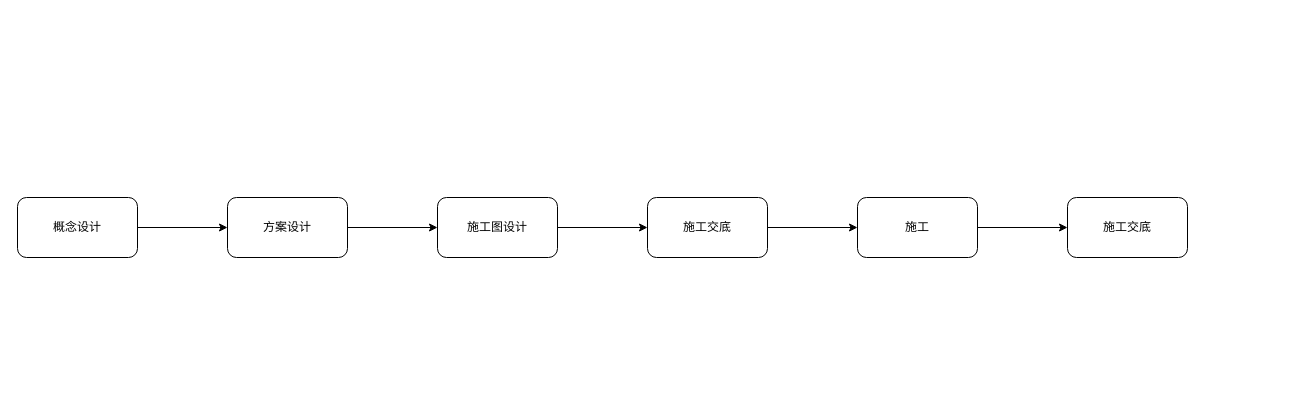
Earlier version of the draw.io diagram 一合建筑信息服务介绍.drawio (gaochaowyq/MinderGraph). Source tidied: cells renumbered, new cells numbered last; positions are measured from the earlier drawing's top-left corner, leaving out a move shared by most shapes. Both pictures are drawn from the tidied source at 100%, with x=0, y=0 at pixel (17, 197).
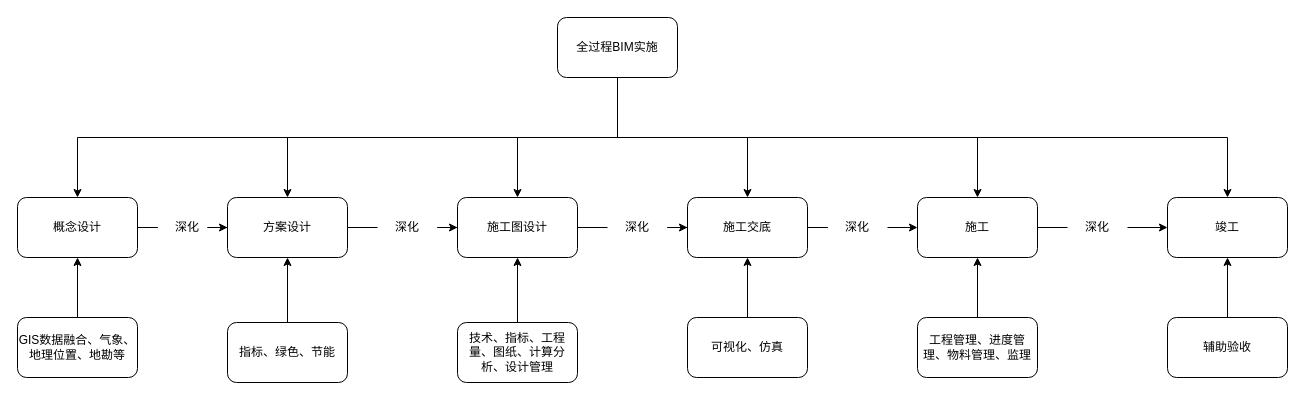
The same page after the edit.

Commit message (it also covers changes not shown here):
Update 一合建筑信息服务介绍.drawio

The change refers to these unchanged cells:
```xml
<mxCell id="3" value="概念设计" style="rounded=1;whiteSpace=wrap;html=1;" parent="1" vertex="1">
  <mxGeometry width="120" height="60" as="geometry" />
</mxCell>
<mxCell id="5" value="方案设计" style="rounded=1;whiteSpace=wrap;html=1;" parent="1" vertex="1">
  <mxGeometry x="210" width="120" height="60" as="geometry" />
</mxCell>
```

Diff of the diagram source:
```diff
@@
-    <mxCell id="2" style="edgeStyle=orthogonalEdgeStyle;rounded=0;jettySize=auto;html=1;" parent="1" edge="1" source="3" target="5">
+    <mxCell id="2" style="edgeStyle=orthogonalEdgeStyle;rounded=0;jettySize=auto;html=1;startArrow=none;" parent="1" edge="1" source="32" target="5">
       <mxGeometry relative="1" as="geometry" />
     </mxCell>
@@
-    <mxCell id="4" style="edgeStyle=orthogonalEdgeStyle;rounded=0;jettySize=auto;html=1;" parent="1" edge="1" source="5" target="7">
+    <mxCell id="4" style="edgeStyle=orthogonalEdgeStyle;rounded=0;jettySize=auto;html=1;startArrow=none;exitX=1;exitY=0.5;exitDx=0;exitDy=0;" parent="1" edge="1" source="39" target="7">
       <mxGeometry relative="1" as="geometry" />
     </mxCell>
@@
-    <mxCell id="6" style="edgeStyle=orthogonalEdgeStyle;rounded=0;jettySize=auto;html=1;" parent="1" edge="1" source="7" target="9">
+    <mxCell id="6" style="edgeStyle=orthogonalEdgeStyle;rounded=0;jettySize=auto;html=1;startArrow=none;" parent="1" edge="1" source="35" target="9">
       <mxGeometry relative="1" as="geometry" />
     </mxCell>
     <mxCell id="7" value="施工图设计" style="rounded=1;whiteSpace=wrap;html=1;" parent="1" vertex="1">
-      <mxGeometry x="420" width="120" height="60" as="geometry" />
+      <mxGeometry x="440" width="120" height="60" as="geometry" />
     </mxCell>
-    <mxCell id="8" style="edgeStyle=orthogonalEdgeStyle;rounded=0;jettySize=auto;html=1;" parent="1" edge="1" source="9" target="11">
+    <mxCell id="8" style="edgeStyle=orthogonalEdgeStyle;rounded=0;jettySize=auto;html=1;startArrow=none;" parent="1" edge="1" source="37" target="11">
       <mxGeometry relative="1" as="geometry" />
     </mxCell>
     <mxCell id="9" value="施工交底" style="rounded=1;whiteSpace=wrap;html=1;" parent="1" vertex="1">
-      <mxGeometry x="630" width="120" height="60" as="geometry" />
+      <mxGeometry x="670" width="120" height="60" as="geometry" />
     </mxCell>
-    <mxCell id="10" style="edgeStyle=orthogonalEdgeStyle;rounded=0;jettySize=auto;html=1;" parent="1" edge="1" source="11" target="12">
+    <mxCell id="10" style="edgeStyle=orthogonalEdgeStyle;rounded=0;jettySize=auto;html=1;startArrow=none;" parent="1" edge="1" source="40" target="12">
       <mxGeometry relative="1" as="geometry" />
     </mxCell>
     <mxCell id="11" value="施工" style="rounded=1;whiteSpace=wrap;html=1;" parent="1" vertex="1">
-      <mxGeometry x="840" width="120" height="60" as="geometry" />
+      <mxGeometry x="900" width="120" height="60" as="geometry" />
     </mxCell>
-    <mxCell id="12" value="施工交底" style="rounded=1;whiteSpace=wrap;html=1;" parent="1" vertex="1">
-      <mxGeometry x="1050" width="120" height="60" as="geometry" />
+    <mxCell id="12" value="竣工" style="rounded=1;whiteSpace=wrap;html=1;" parent="1" vertex="1">
+      <mxGeometry x="1150" width="120" height="60" as="geometry" />
     </mxCell>
+    <mxCell id="13" style="edgeStyle=orthogonalEdgeStyle;rounded=0;jettySize=auto;html=1;" parent="1" edge="1" source="14" target="3">
+      <mxGeometry relative="1" as="geometry" />
+    </mxCell>
+    <mxCell id="14" value="GIS数据融合、气象、地理位置、地勘等" style="rounded=1;whiteSpace=wrap;html=1;" parent="1" vertex="1">
+      <mxGeometry y="120" width="120" height="60" as="geometry" />
+    </mxCell>
+    <mxCell id="15" style="edgeStyle=orthogonalEdgeStyle;rounded=0;jettySize=auto;html=1;" parent="1" edge="1" source="16" target="5">
+      <mxGeometry relative="1" as="geometry" />
+    </mxCell>
+    <mxCell id="16" value="指标、绿色、节能" style="rounded=1;whiteSpace=wrap;html=1;" parent="1" vertex="1">
+      <mxGeometry x="210" y="125" width="120" height="60" as="geometry" />
+    </mxCell>
+    <mxCell id="17" style="edgeStyle=orthogonalEdgeStyle;rounded=0;jettySize=auto;html=1;" parent="1" edge="1" source="18" target="7">
+      <mxGeometry relative="1" as="geometry" />
+    </mxCell>
+    <mxCell id="18" value="技术、指标、工程量、图纸、计算分析、设计管理" style="rounded=1;whiteSpace=wrap;html=1;" parent="1" vertex="1">
+      <mxGeometry x="440" y="125" width="120" height="60" as="geometry" />
+    </mxCell>
+    <mxCell id="19" style="edgeStyle=orthogonalEdgeStyle;rounded=0;jettySize=auto;html=1;" parent="1" edge="1" source="20" target="9">
+      <mxGeometry relative="1" as="geometry" />
+    </mxCell>
+    <mxCell id="20" value="可视化、仿真" style="rounded=1;whiteSpace=wrap;html=1;" parent="1" vertex="1">
+      <mxGeometry x="670" y="120" width="120" height="60" as="geometry" />
+    </mxCell>
+    <mxCell id="21" style="edgeStyle=orthogonalEdgeStyle;rounded=0;jettySize=auto;html=1;entryX=0.5;entryY=1;entryDx=0;entryDy=0;" parent="1" edge="1" source="22" target="11">
+      <mxGeometry relative="1" as="geometry" />
+    </mxCell>
+    <mxCell id="22" value="工程管理、进度管理、物料管理、监理" style="rounded=1;whiteSpace=wrap;html=1;" parent="1" vertex="1">
+      <mxGeometry x="900" y="120" width="120" height="60" as="geometry" />
+    </mxCell>
+    <mxCell id="23" style="edgeStyle=orthogonalEdgeStyle;rounded=0;jettySize=auto;html=1;" parent="1" edge="1" source="24" target="12">
+      <mxGeometry relative="1" as="geometry" />
+    </mxCell>
+    <mxCell id="24" value="辅助验收" style="rounded=1;whiteSpace=wrap;html=1;" parent="1" vertex="1">
+      <mxGeometry x="1150" y="120" width="120" height="60" as="geometry" />
+    </mxCell>
+    <mxCell id="25" style="edgeStyle=orthogonalEdgeStyle;rounded=0;jettySize=auto;html=1;exitX=0.5;exitY=1;exitDx=0;exitDy=0;" parent="1" edge="1" source="31" target="3">
+      <mxGeometry relative="1" as="geometry" />
+    </mxCell>
+    <mxCell id="26" style="edgeStyle=orthogonalEdgeStyle;rounded=0;jettySize=auto;html=1;exitX=0.5;exitY=1;exitDx=0;exitDy=0;" parent="1" edge="1" source="31" target="5">
+      <mxGeometry relative="1" as="geometry" />
+    </mxCell>
+    <mxCell id="27" style="edgeStyle=orthogonalEdgeStyle;rounded=0;jettySize=auto;html=1;" parent="1" edge="1" source="31" target="7">
+      <mxGeometry relative="1" as="geometry" />
+    </mxCell>
+    <mxCell id="28" style="edgeStyle=orthogonalEdgeStyle;rounded=0;jettySize=auto;html=1;exitX=0.5;exitY=1;exitDx=0;exitDy=0;" parent="1" edge="1" source="31" target="9">
+      <mxGeometry relative="1" as="geometry" />
+    </mxCell>
+    <mxCell id="29" style="edgeStyle=orthogonalEdgeStyle;rounded=0;jettySize=auto;html=1;exitX=0.5;exitY=1;exitDx=0;exitDy=0;" parent="1" edge="1" source="31" target="11">
+      <mxGeometry relative="1" as="geometry" />
+    </mxCell>
+    <mxCell id="30" style="edgeStyle=orthogonalEdgeStyle;rounded=0;jettySize=auto;html=1;exitX=0.5;exitY=1;exitDx=0;exitDy=0;" parent="1" edge="1" source="31" target="12">
+      <mxGeometry relative="1" as="geometry" />
+    </mxCell>
+    <mxCell id="31" value="全过程BIM实施" style="rounded=1;whiteSpace=wrap;html=1;" parent="1" vertex="1">
+      <mxGeometry x="540" y="-180" width="120" height="60" as="geometry" />
+    </mxCell>
+    <mxCell id="32" value="深化" style="text;html=1;strokeColor=none;fillColor=none;align=center;verticalAlign=middle;whiteSpace=wrap;rounded=0;" parent="1" vertex="1">
+      <mxGeometry x="140" y="15" width="60" height="30" as="geometry" />
+    </mxCell>
+    <mxCell id="33" style="edgeStyle=orthogonalEdgeStyle;rounded=0;jettySize=auto;html=1;endArrow=none;" parent="1" edge="1" source="3" target="32">
+      <mxGeometry relative="1" as="geometry" />
+    </mxCell>
+    <mxCell id="34" style="edgeStyle=orthogonalEdgeStyle;rounded=0;jettySize=auto;html=1;endArrow=none;" parent="1" edge="1" source="5" target="39">
+      <mxGeometry relative="1" as="geometry" />
+    </mxCell>
+    <mxCell id="35" value="深化" style="text;html=1;strokeColor=none;fillColor=none;align=center;verticalAlign=middle;whiteSpace=wrap;rounded=0;" parent="1" vertex="1">
+      <mxGeometry x="590" y="15" width="60" height="30" as="geometry" />
+    </mxCell>
+    <mxCell id="36" style="edgeStyle=orthogonalEdgeStyle;rounded=0;jettySize=auto;html=1;endArrow=none;entryX=0;entryY=0.5;entryDx=0;entryDy=0;" parent="1" edge="1" source="7" target="35">
+      <mxGeometry relative="1" as="geometry" />
+    </mxCell>
+    <mxCell id="37" value="深化" style="text;html=1;strokeColor=none;fillColor=none;align=center;verticalAlign=middle;whiteSpace=wrap;rounded=0;" parent="1" vertex="1">
+      <mxGeometry x="810" y="15" width="60" height="30" as="geometry" />
+    </mxCell>
+    <mxCell id="38" style="edgeStyle=orthogonalEdgeStyle;rounded=0;jettySize=auto;html=1;endArrow=none;entryX=0;entryY=0.5;entryDx=0;entryDy=0;" parent="1" edge="1" source="9" target="37">
+      <mxGeometry relative="1" as="geometry" />
+    </mxCell>
+    <mxCell id="39" value="深化" style="text;html=1;strokeColor=none;fillColor=none;align=center;verticalAlign=middle;whiteSpace=wrap;rounded=0;" parent="1" vertex="1">
+      <mxGeometry x="360" y="15" width="60" height="30" as="geometry" />
+    </mxCell>
+    <mxCell id="40" value="深化" style="text;html=1;strokeColor=none;fillColor=none;align=center;verticalAlign=middle;whiteSpace=wrap;rounded=0;" parent="1" vertex="1">
+      <mxGeometry x="1050" y="15" width="60" height="30" as="geometry" />
+    </mxCell>
+    <mxCell id="41" style="edgeStyle=orthogonalEdgeStyle;rounded=0;jettySize=auto;html=1;endArrow=none;" parent="1" edge="1" source="11" target="40">
+      <mxGeometry relative="1" as="geometry" />
+    </mxCell>
```
